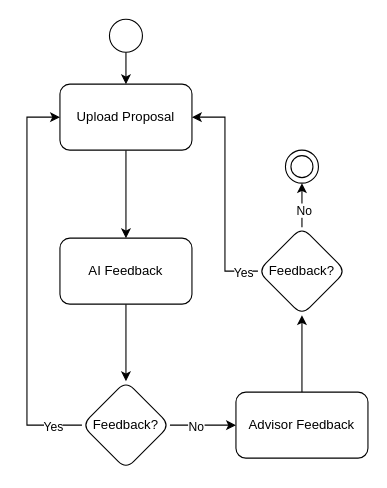
This is gpt-feedback-process.drawio from fabian-emilius/bachelor-thesis-charts, a draw.io file, before an edit. Source tidied: cells renumbered, new cells numbered last; positions are measured from the earlier drawing's top-left corner, leaving out a move shared by most shapes. Both pictures are drawn from the tidied source at 110%, with x=0, y=0 at pixel (26, 19).
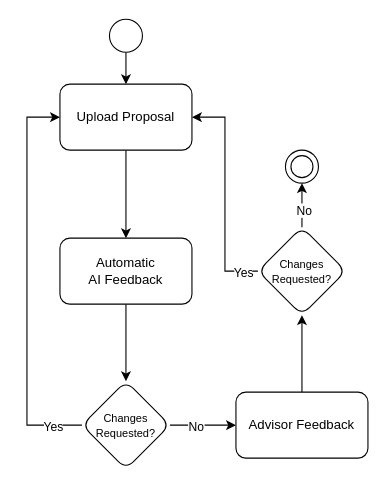
After the change.

What changed in the source:
```diff
@@
-    <mxCell id="5" value="AI Feedback" style="rounded=1;whiteSpace=wrap;html=1;" parent="1" vertex="1">
+    <mxCell id="5" value="&lt;div&gt;Automatic&lt;/div&gt;AI Feedback" style="rounded=1;whiteSpace=wrap;html=1;" parent="1" vertex="1">
       <mxGeometry x="30" y="199" width="120" height="60" as="geometry" />
     </mxCell>
@@
-    <mxCell id="10" value="Feedback?" style="rhombus;whiteSpace=wrap;html=1;rounded=1;" parent="1" vertex="1">
+    <mxCell id="10" value="&lt;font style=&quot;font-size: 10px;&quot;&gt;Changes&lt;/font&gt;&lt;div style=&quot;font-size: 10px;&quot;&gt;&lt;font style=&quot;font-size: 10px;&quot;&gt;Requested?&lt;/font&gt;&lt;/div&gt;" style="rhombus;whiteSpace=wrap;html=1;rounded=1;" parent="1" vertex="1">
       <mxGeometry x="50" y="329" width="80" height="80" as="geometry" />
     </mxCell>
@@
-    <mxCell id="17" value="Feedback?" style="rhombus;whiteSpace=wrap;html=1;rounded=1;" parent="1" vertex="1">
+    <mxCell id="17" value="&lt;font style=&quot;font-size: 10px;&quot;&gt;Changes&lt;/font&gt;&lt;div style=&quot;font-size: 10px;&quot;&gt;&lt;font style=&quot;font-size: 10px;&quot;&gt;Requested?&lt;/font&gt;&lt;/div&gt;" style="rhombus;whiteSpace=wrap;html=1;rounded=1;" parent="1" vertex="1">
       <mxGeometry x="210" y="189" width="80" height="80" as="geometry" />
     </mxCell>
```
